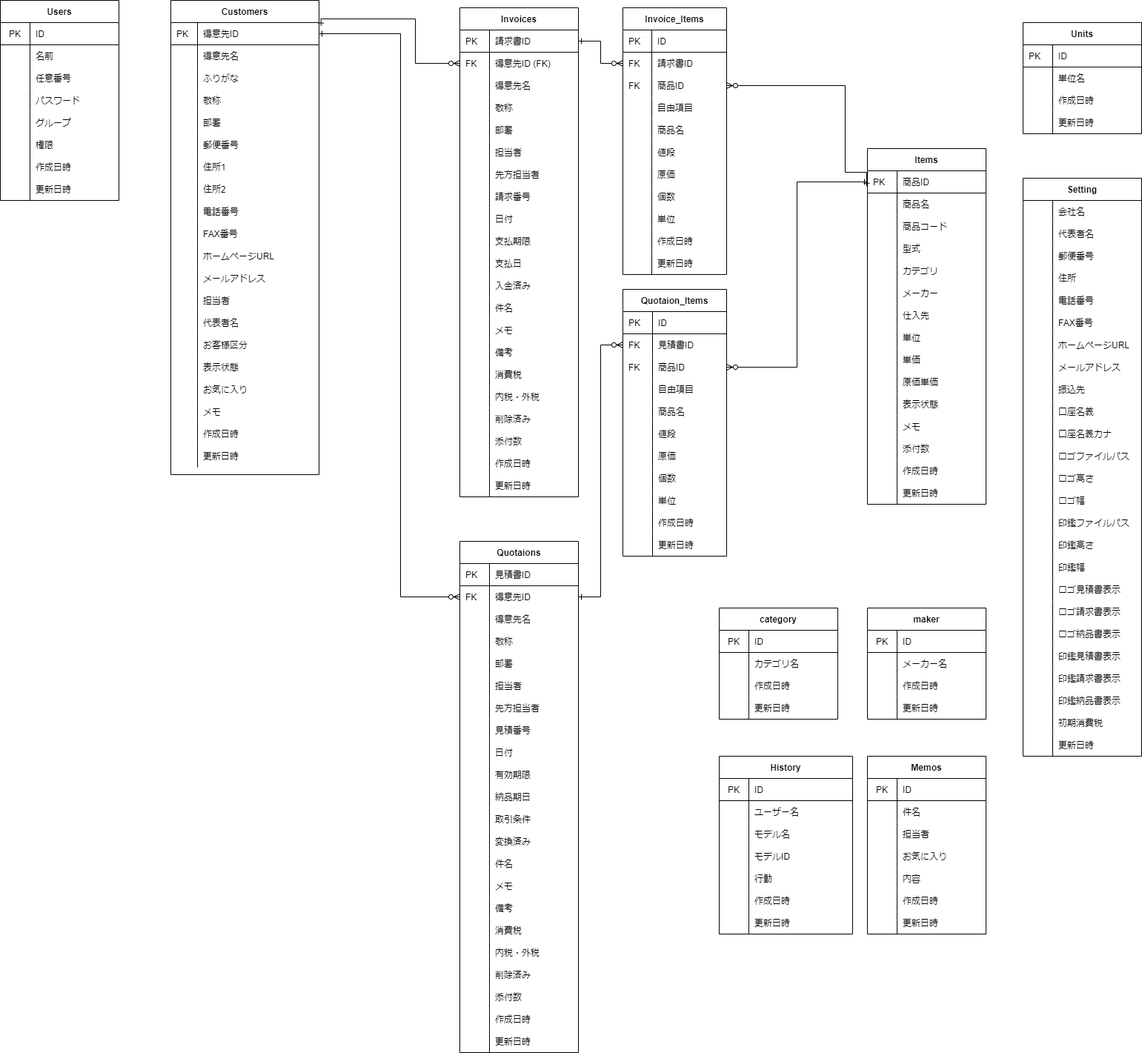
The draw.io diagram soho_er.png in gamasenninn/caddie-clone, before a commit. Source tidied: cells renumbered, new cells last; positions are measured from the earlier drawing's top-left corner, leaving out a move shared by most shapes.
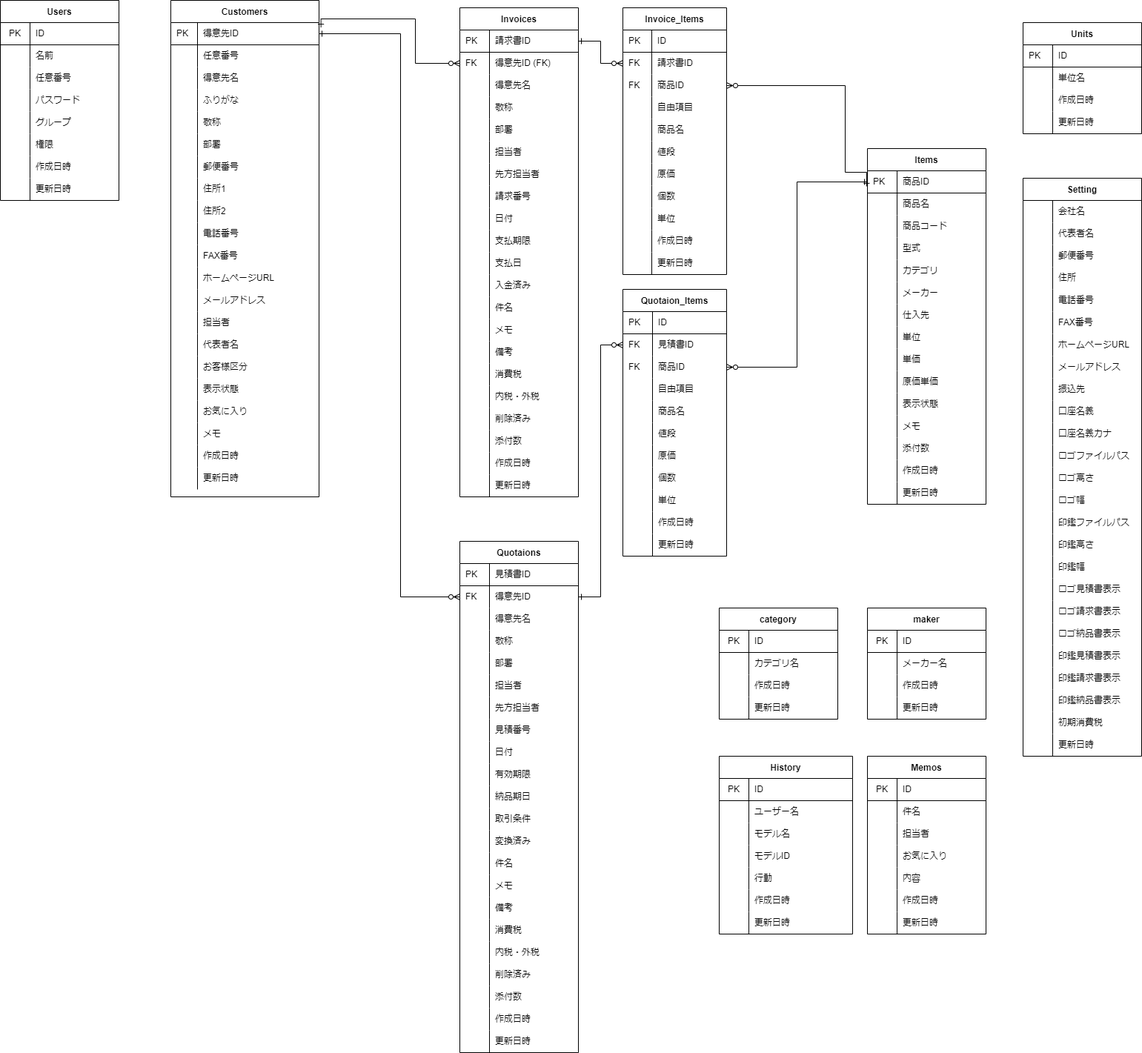
The same file after the commit.

Change to the diagram source:
```diff
@@ -3,7 +3,7 @@
     <mxCell id="0" />
     <mxCell id="1" parent="0" />
     <mxCell id="2" value="Customers" style="shape=table;startSize=30;rowLines=0;fontStyle=1;align=center;" parent="1" vertex="1">
-      <mxGeometry x="230" width="200" height="640" as="geometry" />
+      <mxGeometry x="230" width="200" height="670" as="geometry" />
     </mxCell>
     <mxCell id="3" style="shape=partialRectangle;html=1;whiteSpace=wrap;fillColor=none;top=0;left=0;bottom=1;right=0;points=[[0,0.5],[1,0.5]];portConstraint=eastwest;" parent="2" vertex="1">
       <mxGeometry y="30" width="200" height="30" as="geometry" />
@@ -14,8 +14,17 @@
     <mxCell id="5" value="得意先ID" style="shape=partialRectangle;html=1;whiteSpace=wrap;fillColor=none;top=0;left=0;bottom=0;right=0;align=left;spacingLeft=6;overflow=hidden;" parent="3" vertex="1">
       <mxGeometry x="36" width="164" height="30" as="geometry" />
     </mxCell>
+    <mxCell id="498" style="shape=partialRectangle;html=1;whiteSpace=wrap;fillColor=none;top=0;left=0;bottom=0;right=0;" parent="2" vertex="1">
+      <mxGeometry y="60" width="200" height="30" as="geometry" />
+    </mxCell>
+    <mxCell id="499" style="shape=partialRectangle;html=1;whiteSpace=wrap;fillColor=none;top=0;left=0;bottom=0;right=0;align=left;spacingLeft=6;overflow=hidden;" parent="498" vertex="1">
+      <mxGeometry width="36" height="30" as="geometry" />
+    </mxCell>
+    <mxCell id="500" value="任意番号" style="shape=partialRectangle;html=1;whiteSpace=wrap;fillColor=none;top=0;left=0;bottom=0;right=0;align=left;spacingLeft=6;overflow=hidden;" parent="498" vertex="1">
+      <mxGeometry x="36" width="164" height="30" as="geometry" />
+    </mxCell>
     <mxCell id="6" style="shape=partialRectangle;html=1;whiteSpace=wrap;fillColor=none;top=0;left=0;bottom=0;right=0;" parent="2" vertex="1">
-      <mxGeometry y="60" width="200" height="30" as="geometry" />
+      <mxGeometry y="90" width="200" height="30" as="geometry" />
     </mxCell>
     <mxCell id="7" style="shape=partialRectangle;html=1;whiteSpace=wrap;fillColor=none;top=0;left=0;bottom=0;right=0;align=left;spacingLeft=6;overflow=hidden;" parent="6" vertex="1">
       <mxGeometry width="36" height="30" as="geometry" />
@@ -24,7 +33,7 @@
       <mxGeometry x="36" width="164" height="30" as="geometry" />
     </mxCell>
     <mxCell id="9" style="shape=partialRectangle;html=1;whiteSpace=wrap;fillColor=none;top=0;left=0;bottom=0;right=0;" parent="2" vertex="1">
-      <mxGeometry y="90" width="200" height="30" as="geometry" />
+      <mxGeometry y="120" width="200" height="30" as="geometry" />
     </mxCell>
     <mxCell id="10" style="shape=partialRectangle;html=1;whiteSpace=wrap;fillColor=none;top=0;left=0;bottom=0;right=0;align=left;spacingLeft=6;overflow=hidden;" parent="9" vertex="1">
       <mxGeometry width="36" height="30" as="geometry" />
@@ -33,7 +42,7 @@
       <mxGeometry x="36" width="164" height="30" as="geometry" />
     </mxCell>
     <mxCell id="12" style="shape=partialRectangle;html=1;whiteSpace=wrap;fillColor=none;top=0;left=0;bottom=0;right=0;" parent="2" vertex="1">
-      <mxGeometry y="120" width="200" height="30" as="geometry" />
+      <mxGeometry y="150" width="200" height="30" as="geometry" />
     </mxCell>
     <mxCell id="13" style="shape=partialRectangle;html=1;whiteSpace=wrap;fillColor=none;top=0;left=0;bottom=0;right=0;align=left;spacingLeft=6;overflow=hidden;" parent="12" vertex="1">
       <mxGeometry width="36" height="30" as="geometry" />
@@ -42,7 +51,7 @@
       <mxGeometry x="36" width="164" height="30" as="geometry" />
     </mxCell>
     <mxCell id="15" style="shape=partialRectangle;html=1;whiteSpace=wrap;fillColor=none;top=0;left=0;bottom=0;right=0;" parent="2" vertex="1">
-      <mxGeometry y="150" width="200" height="30" as="geometry" />
+      <mxGeometry y="180" width="200" height="30" as="geometry" />
     </mxCell>
     <mxCell id="16" style="shape=partialRectangle;html=1;whiteSpace=wrap;fillColor=none;top=0;left=0;bottom=0;right=0;align=left;spacingLeft=6;overflow=hidden;" parent="15" vertex="1">
       <mxGeometry width="36" height="30" as="geometry" />
@@ -51,7 +60,7 @@
       <mxGeometry x="36" width="164" height="30" as="geometry" />
     </mxCell>
     <mxCell id="18" style="shape=partialRectangle;html=1;whiteSpace=wrap;fillColor=none;top=0;left=0;bottom=0;right=0;" parent="2" vertex="1">
-      <mxGeometry y="180" width="200" height="30" as="geometry" />
+      <mxGeometry y="210" width="200" height="30" as="geometry" />
     </mxCell>
     <mxCell id="19" style="shape=partialRectangle;html=1;whiteSpace=wrap;fillColor=none;top=0;left=0;bottom=0;right=0;align=left;spacingLeft=6;overflow=hidden;" parent="18" vertex="1">
       <mxGeometry width="36" height="30" as="geometry" />
@@ -60,7 +69,7 @@
       <mxGeometry x="36" width="164" height="30" as="geometry" />
     </mxCell>
     <mxCell id="21" style="shape=partialRectangle;html=1;whiteSpace=wrap;fillColor=none;top=0;left=0;bottom=0;right=0;" parent="2" vertex="1">
-      <mxGeometry y="210" width="200" height="30" as="geometry" />
+      <mxGeometry y="240" width="200" height="30" as="geometry" />
     </mxCell>
     <mxCell id="22" style="shape=partialRectangle;html=1;whiteSpace=wrap;fillColor=none;top=0;left=0;bottom=0;right=0;align=left;spacingLeft=6;overflow=hidden;" parent="21" vertex="1">
       <mxGeometry width="36" height="30" as="geometry" />
@@ -69,7 +78,7 @@
       <mxGeometry x="36" width="164" height="30" as="geometry" />
     </mxCell>
     <mxCell id="24" style="shape=partialRectangle;html=1;whiteSpace=wrap;fillColor=none;top=0;left=0;bottom=0;right=0;" parent="2" vertex="1">
-      <mxGeometry y="240" width="200" height="30" as="geometry" />
+      <mxGeometry y="270" width="200" height="30" as="geometry" />
     </mxCell>
     <mxCell id="25" style="shape=partialRectangle;html=1;whiteSpace=wrap;fillColor=none;top=0;left=0;bottom=0;right=0;align=left;spacingLeft=6;overflow=hidden;" parent="24" vertex="1">
       <mxGeometry width="36" height="30" as="geometry" />
@@ -78,7 +87,7 @@
       <mxGeometry x="36" width="164" height="30" as="geometry" />
     </mxCell>
     <mxCell id="27" style="shape=partialRectangle;html=1;whiteSpace=wrap;fillColor=none;top=0;left=0;bottom=0;right=0;" parent="2" vertex="1">
-      <mxGeometry y="270" width="200" height="30" as="geometry" />
+      <mxGeometry y="300" width="200" height="30" as="geometry" />
     </mxCell>
     <mxCell id="28" style="shape=partialRectangle;html=1;whiteSpace=wrap;fillColor=none;top=0;left=0;bottom=0;right=0;align=left;spacingLeft=6;overflow=hidden;" parent="27" vertex="1">
       <mxGeometry width="36" height="30" as="geometry" />
@@ -87,7 +96,7 @@
       <mxGeometry x="36" width="164" height="30" as="geometry" />
     </mxCell>
     <mxCell id="30" style="shape=partialRectangle;html=1;whiteSpace=wrap;fillColor=none;top=0;left=0;bottom=0;right=0;" parent="2" vertex="1">
-      <mxGeometry y="300" width="200" height="30" as="geometry" />
+      <mxGeometry y="330" width="200" height="30" as="geometry" />
     </mxCell>
     <mxCell id="31" style="shape=partialRectangle;html=1;whiteSpace=wrap;fillColor=none;top=0;left=0;bottom=0;right=0;align=left;spacingLeft=6;overflow=hidden;" parent="30" vertex="1">
       <mxGeometry width="36" height="30" as="geometry" />
@@ -96,7 +105,7 @@
       <mxGeometry x="36" width="164" height="30" as="geometry" />
     </mxCell>
     <mxCell id="33" style="shape=partialRectangle;html=1;whiteSpace=wrap;fillColor=none;top=0;left=0;bottom=0;right=0;" parent="2" vertex="1">
-      <mxGeometry y="330" width="200" height="30" as="geometry" />
+      <mxGeometry y="360" width="200" height="30" as="geometry" />
     </mxCell>
     <mxCell id="34" style="shape=partialRectangle;html=1;whiteSpace=wrap;fillColor=none;top=0;left=0;bottom=0;right=0;align=left;spacingLeft=6;overflow=hidden;" parent="33" vertex="1">
       <mxGeometry width="36" height="30" as="geometry" />
@@ -105,7 +114,7 @@
       <mxGeometry x="36" width="164" height="30" as="geometry" />
     </mxCell>
     <mxCell id="36" style="shape=partialRectangle;html=1;whiteSpace=wrap;fillColor=none;top=0;left=0;bottom=0;right=0;" parent="2" vertex="1">
-      <mxGeometry y="360" width="200" height="30" as="geometry" />
+      <mxGeometry y="390" width="200" height="30" as="geometry" />
     </mxCell>
     <mxCell id="37" style="shape=partialRectangle;html=1;whiteSpace=wrap;fillColor=none;top=0;left=0;bottom=0;right=0;align=left;spacingLeft=6;overflow=hidden;" parent="36" vertex="1">
       <mxGeometry width="36" height="30" as="geometry" />
@@ -114,7 +123,7 @@
       <mxGeometry x="36" width="164" height="30" as="geometry" />
     </mxCell>
     <mxCell id="39" style="shape=partialRectangle;html=1;whiteSpace=wrap;fillColor=none;top=0;left=0;bottom=0;right=0;" parent="2" vertex="1">
-      <mxGeometry y="390" width="200" height="30" as="geometry" />
+      <mxGeometry y="420" width="200" height="30" as="geometry" />
     </mxCell>
     <mxCell id="40" style="shape=partialRectangle;html=1;whiteSpace=wrap;fillColor=none;top=0;left=0;bottom=0;right=0;align=left;spacingLeft=6;overflow=hidden;" parent="39" vertex="1">
       <mxGeometry width="36" height="30" as="geometry" />
@@ -123,7 +132,7 @@
       <mxGeometry x="36" width="164" height="30" as="geometry" />
     </mxCell>
     <mxCell id="42" style="shape=partialRectangle;html=1;whiteSpace=wrap;fillColor=none;top=0;left=0;bottom=0;right=0;" parent="2" vertex="1">
-      <mxGeometry y="420" width="200" height="30" as="geometry" />
+      <mxGeometry y="450" width="200" height="30" as="geometry" />
     </mxCell>
     <mxCell id="43" style="shape=partialRectangle;html=1;whiteSpace=wrap;fillColor=none;top=0;left=0;bottom=0;right=0;align=left;spacingLeft=6;overflow=hidden;" parent="42" vertex="1">
       <mxGeometry width="36" height="30" as="geometry" />
@@ -132,7 +141,7 @@
       <mxGeometry x="36" width="164" height="30" as="geometry" />
     </mxCell>
     <mxCell id="45" style="shape=partialRectangle;html=1;whiteSpace=wrap;fillColor=none;top=0;left=0;bottom=0;right=0;" parent="2" vertex="1">
-      <mxGeometry y="450" width="200" height="30" as="geometry" />
+      <mxGeometry y="480" width="200" height="30" as="geometry" />
     </mxCell>
     <mxCell id="46" style="shape=partialRectangle;html=1;whiteSpace=wrap;fillColor=none;top=0;left=0;bottom=0;right=0;align=left;spacingLeft=6;overflow=hidden;" parent="45" vertex="1">
       <mxGeometry width="36" height="30" as="geometry" />
@@ -141,7 +150,7 @@
       <mxGeometry x="36" width="164" height="30" as="geometry" />
     </mxCell>
     <mxCell id="48" style="shape=partialRectangle;html=1;whiteSpace=wrap;fillColor=none;top=0;left=0;bottom=0;right=0;" parent="2" vertex="1">
-      <mxGeometry y="480" width="200" height="30" as="geometry" />
+      <mxGeometry y="510" width="200" height="30" as="geometry" />
     </mxCell>
     <mxCell id="49" style="shape=partialRectangle;html=1;whiteSpace=wrap;fillColor=none;top=0;left=0;bottom=0;right=0;align=left;spacingLeft=6;overflow=hidden;" parent="48" vertex="1">
       <mxGeometry width="36" height="30" as="geometry" />
@@ -150,7 +159,7 @@
       <mxGeometry x="36" width="164" height="30" as="geometry" />
     </mxCell>
     <mxCell id="51" style="shape=partialRectangle;html=1;whiteSpace=wrap;fillColor=none;top=0;left=0;bottom=0;right=0;" parent="2" vertex="1">
-      <mxGeometry y="510" width="200" height="30" as="geometry" />
+      <mxGeometry y="540" width="200" height="30" as="geometry" />
     </mxCell>
     <mxCell id="52" style="shape=partialRectangle;html=1;whiteSpace=wrap;fillColor=none;top=0;left=0;bottom=0;right=0;align=left;spacingLeft=6;overflow=hidden;" parent="51" vertex="1">
       <mxGeometry width="36" height="30" as="geometry" />
@@ -159,7 +168,7 @@
       <mxGeometry x="36" width="164" height="30" as="geometry" />
     </mxCell>
     <mxCell id="54" style="shape=partialRectangle;html=1;whiteSpace=wrap;fillColor=none;top=0;left=0;bottom=0;right=0;" parent="2" vertex="1">
-      <mxGeometry y="540" width="200" height="30" as="geometry" />
+      <mxGeometry y="570" width="200" height="30" as="geometry" />
     </mxCell>
     <mxCell id="55" style="shape=partialRectangle;html=1;whiteSpace=wrap;fillColor=none;top=0;left=0;bottom=0;right=0;align=left;spacingLeft=6;overflow=hidden;" parent="54" vertex="1">
       <mxGeometry width="36" height="30" as="geometry" />
@@ -168,7 +177,7 @@
       <mxGeometry x="36" width="164" height="30" as="geometry" />
     </mxCell>
     <mxCell id="57" style="shape=partialRectangle;html=1;whiteSpace=wrap;fillColor=none;top=0;left=0;bottom=0;right=0;" parent="2" vertex="1">
-      <mxGeometry y="570" width="200" height="30" as="geometry" />
+      <mxGeometry y="600" width="200" height="30" as="geometry" />
     </mxCell>
     <mxCell id="58" style="shape=partialRectangle;html=1;whiteSpace=wrap;fillColor=none;top=0;left=0;bottom=0;right=0;align=left;spacingLeft=6;overflow=hidden;" parent="57" vertex="1">
       <mxGeometry width="36" height="30" as="geometry" />
@@ -177,7 +186,7 @@
       <mxGeometry x="36" width="164" height="30" as="geometry" />
     </mxCell>
     <mxCell id="60" style="shape=partialRectangle;html=1;whiteSpace=wrap;fillColor=none;top=0;left=0;bottom=0;right=0;" parent="2" vertex="1">
-      <mxGeometry y="600" width="200" height="30" as="geometry" />
+      <mxGeometry y="630" width="200" height="30" as="geometry" />
     </mxCell>
     <mxCell id="61" style="shape=partialRectangle;html=1;whiteSpace=wrap;fillColor=none;top=0;left=0;bottom=0;right=0;align=left;spacingLeft=6;overflow=hidden;" parent="60" vertex="1">
       <mxGeometry width="36" height="30" as="geometry" />
```
